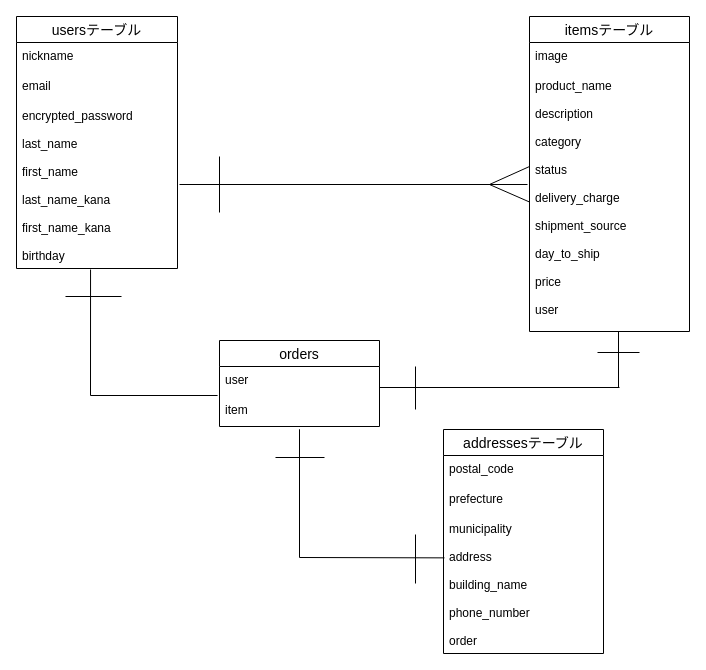
This is furima.dio from mizuha1230/furima-34287, a draw.io file, before an edit. Source tidied: cells renumbered, new cells numbered last; positions are measured from the earlier drawing's top-left corner, leaving out a move shared by most shapes. Both pictures are drawn from the tidied source at 100%, with x=0, y=0 at pixel (16, 16).
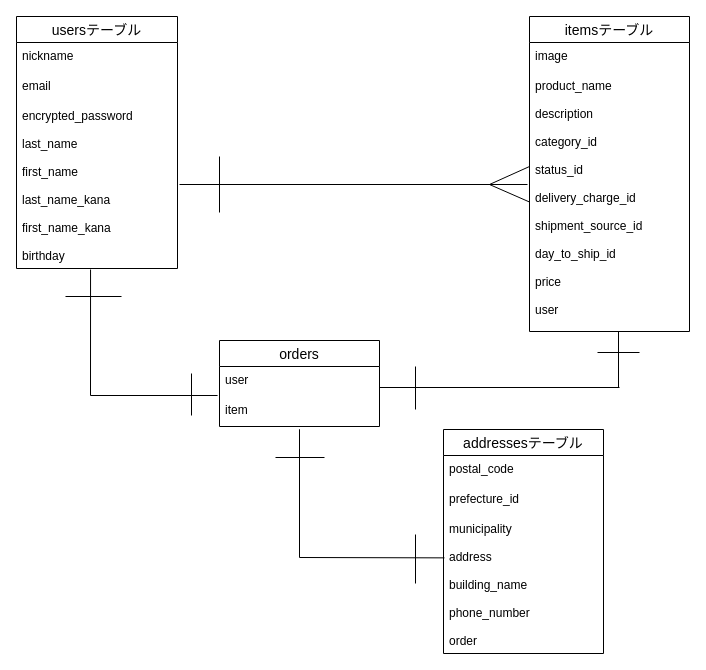
The same page after the edit.

Commit message (it also covers changes not shown here):
データベースの設計（編集２）

The change refers to these unchanged cells:
```xml
<mxCell id="6" value="itemsテーブル" style="swimlane;fontStyle=0;horizontal=1;startSize=26;align=center;fontSize=14;" parent="1" vertex="1">
  <mxGeometry x="513" width="160" height="315" as="geometry" />
</mxCell>
<mxCell id="10" value="addressesテーブル" style="swimlane;fontStyle=0;horizontal=1;startSize=26;align=center;fontSize=14;" parent="1" vertex="1">
  <mxGeometry x="427" y="413" width="160" height="224" as="geometry" />
</mxCell>
```

What changed in the source:
```diff
@@
-    <mxCell id="8" value="product_name&#10;&#10;description&#10;&#10;category&#10;&#10;status&#10;&#10;delivery_charge&#10;&#10;shipment_source&#10;&#10;day_to_ship&#10;&#10;price&#10;&#10;user&#10;" style="text;strokeColor=none;fillColor=none;spacingLeft=4;spacingRight=4;overflow=hidden;points=[[0,0.5],[1,0.5]];portConstraint=eastwest;fontSize=12;" parent="6" vertex="1">
+    <mxCell id="8" value="product_name&#10;&#10;description&#10;&#10;category_id&#10;&#10;status_id&#10;&#10;delivery_charge_id&#10;&#10;shipment_source_id&#10;&#10;day_to_ship_id&#10;&#10;price&#10;&#10;user&#10;" style="text;strokeColor=none;fillColor=none;spacingLeft=4;spacingRight=4;overflow=hidden;points=[[0,0.5],[1,0.5]];portConstraint=eastwest;fontSize=12;" parent="6" vertex="1">
       <mxGeometry y="56" width="160" height="259" as="geometry" />
     </mxCell>
@@
-    <mxCell id="12" value="prefecture" style="text;strokeColor=none;fillColor=none;spacingLeft=4;spacingRight=4;overflow=hidden;fontSize=12;" parent="10" vertex="1">
+    <mxCell id="12" value="prefecture_id" style="text;strokeColor=none;fillColor=none;spacingLeft=4;spacingRight=4;overflow=hidden;fontSize=12;" parent="10" vertex="1">
       <mxGeometry y="56" width="160" height="30" as="geometry" />
     </mxCell>
@@
+    <mxCell id="28" style="endArrow=none;html=1;rounded=0;" parent="1" edge="1">
+      <mxGeometry relative="1" as="geometry">
+        <mxPoint x="175" y="399" as="sourcePoint" />
+        <mxPoint x="175" y="357" as="targetPoint" />
+      </mxGeometry>
+    </mxCell>
```
